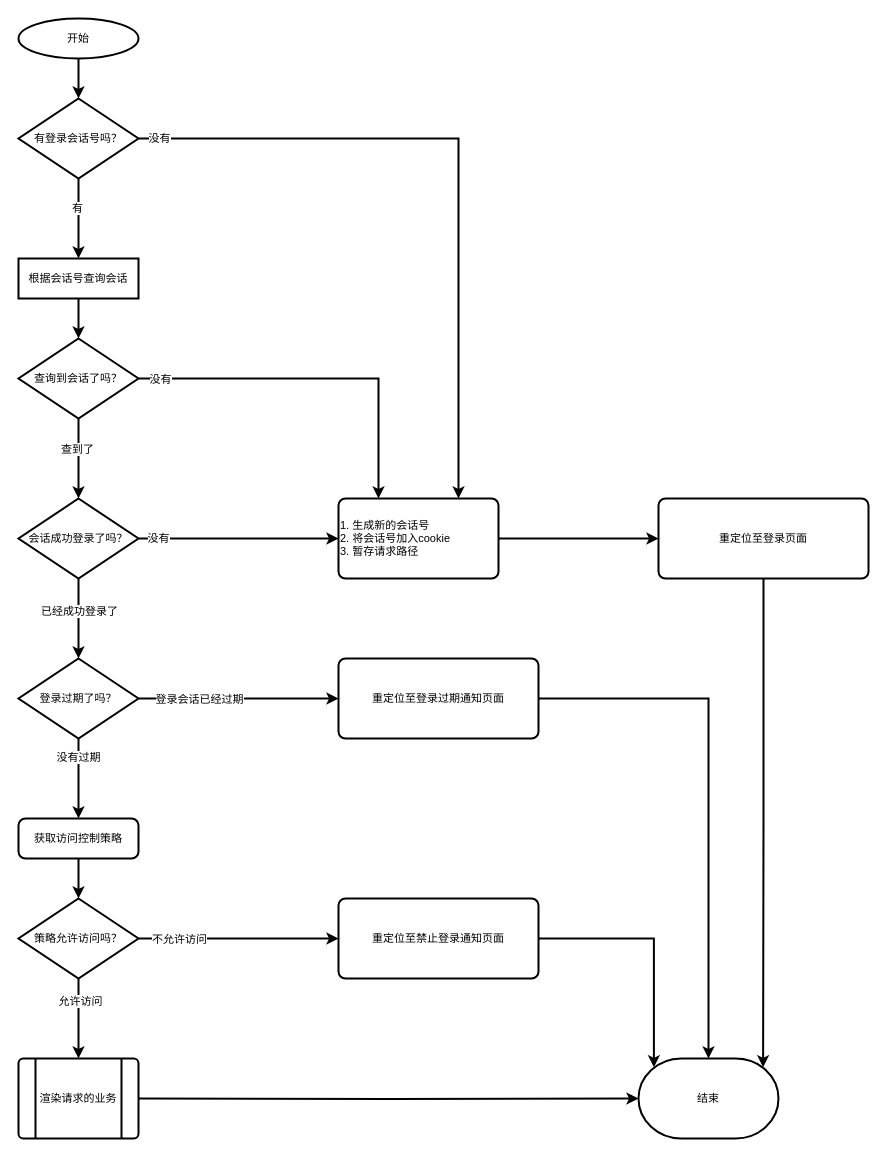
Before: page "请求业务路由" (2 of 2) of 系统总框架.drawio in bedreamer/draw.io, a draw.io diagram. Source tidied: cells renumbered, new cells numbered last; positions are measured from the earlier drawing's top-left corner, leaving out a move shared by most shapes. Both pictures are drawn from the tidied source at 100%, with x=0, y=0 at pixel (18, 18).
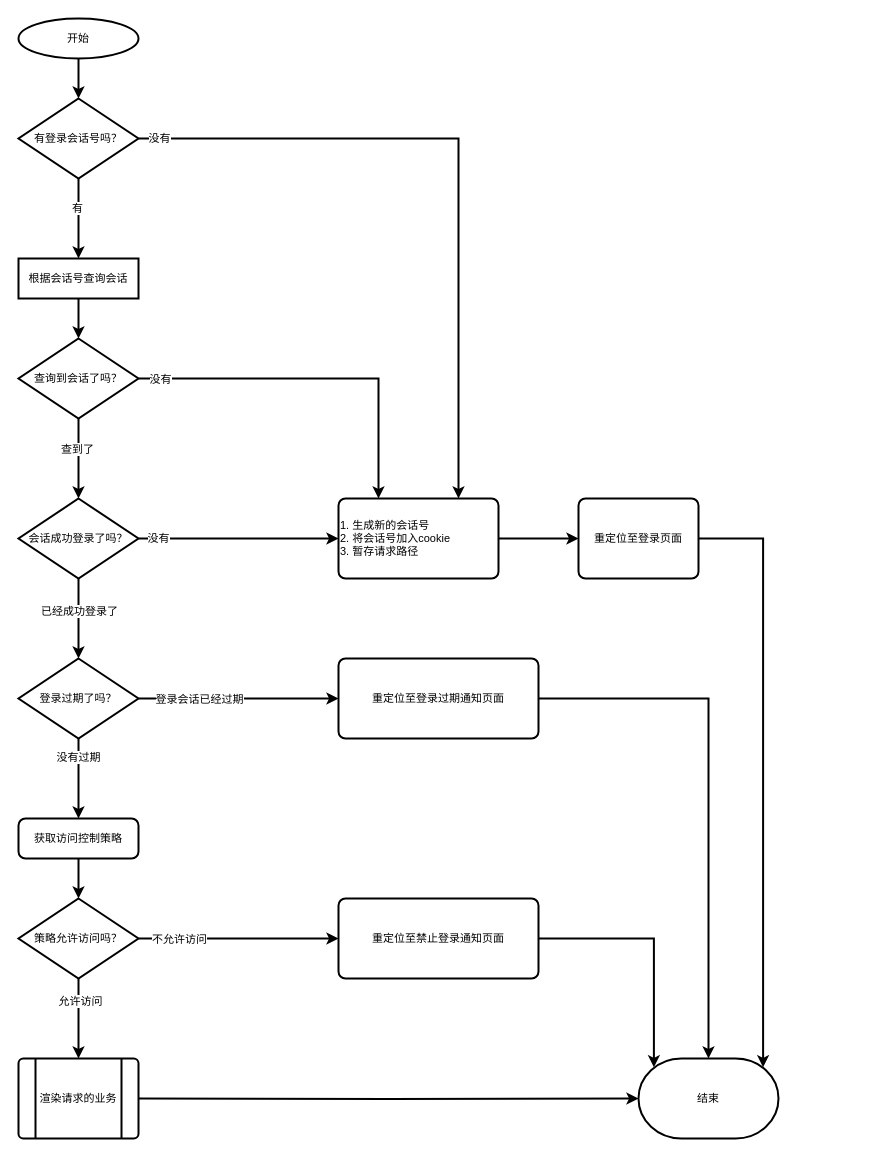
The same page after the edit.

The change refers to these unchanged cells:
```xml
<mxCell id="32" value="结束" style="strokeWidth=2;html=1;shape=mxgraph.flowchart.terminator;whiteSpace=wrap;fontSize=11;fontColor=#000000;align=center;" parent="1" vertex="1">
  <mxGeometry x="620" y="1040" width="140" height="80" as="geometry" />
</mxCell>
```

Change to the diagram source:
```diff
@@
-    <mxCell id="28" style="edgeStyle=orthogonalEdgeStyle;rounded=0;jettySize=auto;html=1;exitX=0.5;exitY=1;exitDx=0;exitDy=0;entryX=0.89;entryY=0.11;entryDx=0;entryDy=0;entryPerimeter=0;strokeWidth=2;fontSize=11;fontColor=#000000;" parent="1" edge="1" source="29" target="32">
+    <mxCell id="28" style="edgeStyle=orthogonalEdgeStyle;rounded=0;jettySize=auto;html=1;exitX=1;exitY=0.5;exitDx=0;exitDy=0;entryX=0.89;entryY=0.11;entryDx=0;entryDy=0;entryPerimeter=0;strokeWidth=2;fontSize=11;fontColor=#000000;" parent="1" edge="1" source="29" target="32">
       <mxGeometry relative="1" as="geometry" />
     </mxCell>
     <mxCell id="29" value="重定位至登录页面" style="rounded=1;whiteSpace=wrap;html=1;absoluteArcSize=1;arcSize=14;strokeWidth=2;fontSize=11;fontColor=#000000;" parent="1" vertex="1">
-      <mxGeometry x="640" y="480" width="210" height="80" as="geometry" />
+      <mxGeometry x="560" y="480" width="120" height="80" as="geometry" />
     </mxCell>
```
